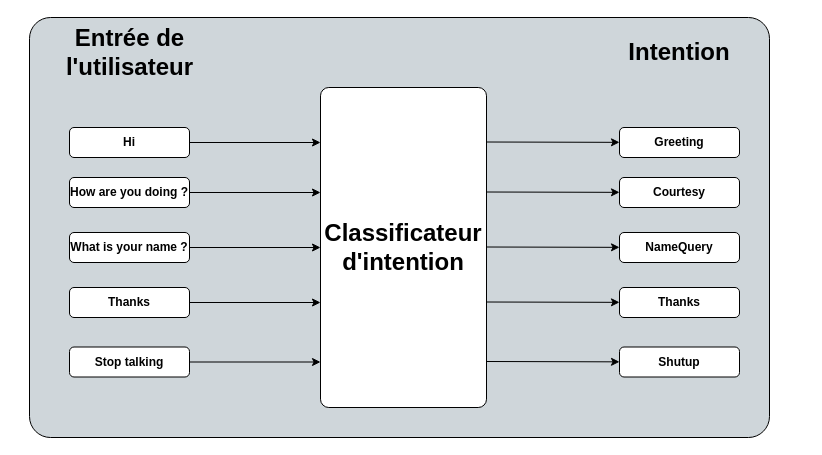
This is documents/Diagram/Intent/Diagramme sans nom.drawio from Liocans/C-3Bot, a draw.io file, before an edit. Source tidied: cells renumbered, new cells numbered last; positions are measured from the earlier drawing's top-left corner, leaving out a move shared by most shapes. Both pictures are drawn from the tidied source at 100%, with x=0, y=0 at pixel (17, 17).
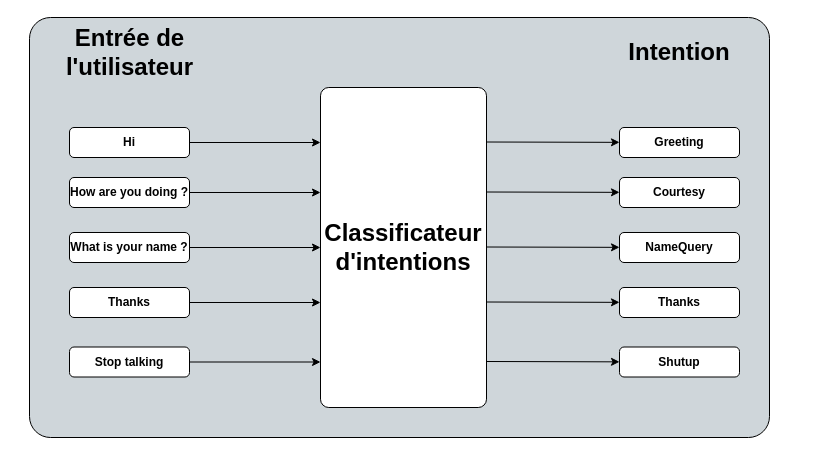
The same diagram, later.

What changed in the source:
```diff
@@
-    <mxCell id="3" value="&lt;b&gt;&lt;font style=&quot;font-size: 24px;&quot;&gt;Classificateur d'intention&lt;/font&gt;&lt;/b&gt;" style="rounded=1;whiteSpace=wrap;html=1;arcSize=5;" parent="1" vertex="1">
+    <mxCell id="3" value="&lt;b&gt;&lt;font style=&quot;font-size: 24px;&quot;&gt;Classificateur d'intentions&lt;/font&gt;&lt;/b&gt;" style="rounded=1;whiteSpace=wrap;html=1;arcSize=5;" parent="1" vertex="1">
       <mxGeometry x="303" y="70" width="166" height="320" as="geometry" />
     </mxCell>
```
